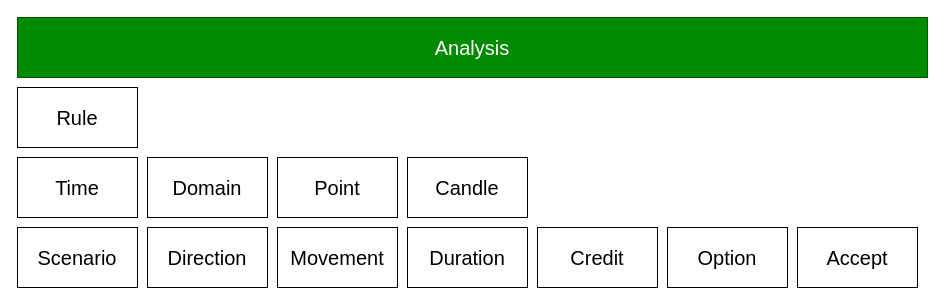
This is page "Analysis" (3 of 5) of design/file.drawio from kashanimorteza/economy_document, a draw.io file, before an edit. Source tidied: cells renumbered, new cells numbered last; positions are measured from the earlier drawing's top-left corner, leaving out a move shared by most shapes. Both pictures are drawn from the tidied source at 100%, with x=0, y=0 at pixel (17, 17).
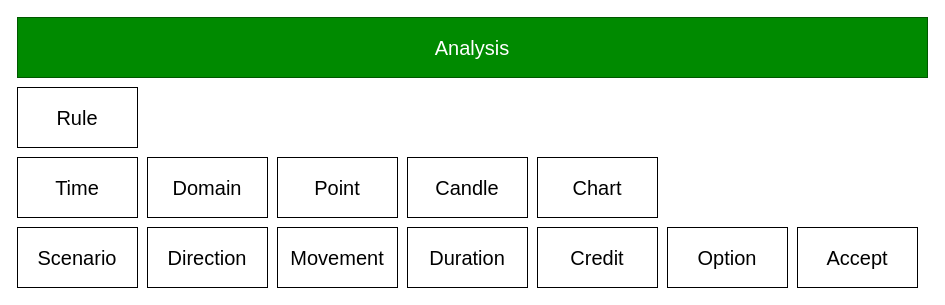
The same page after the edit.

What changed in the source:
```diff
@@
 <mxGraphModel>
   <root>
     <mxCell id="0" />
     <mxCell id="1" parent="0" />
     <mxCell id="2" value="Domain" style="whiteSpace=wrap;html=1;fontSize=20;" parent="1" vertex="1">
       <mxGeometry x="130" y="140" width="120" height="60" as="geometry" />
     </mxCell>
     <mxCell id="3" value="Point" style="whiteSpace=wrap;html=1;fontSize=20;" parent="1" vertex="1">
       <mxGeometry x="260" y="140" width="120" height="60" as="geometry" />
     </mxCell>
     <mxCell id="4" value="Candle" style="whiteSpace=wrap;html=1;fontSize=20;" parent="1" vertex="1">
       <mxGeometry x="390" y="140" width="120" height="60" as="geometry" />
     </mxCell>
     <mxCell id="5" value="Time" style="whiteSpace=wrap;html=1;fontSize=20;" parent="1" vertex="1">
       <mxGeometry y="140" width="120" height="60" as="geometry" />
     </mxCell>
     <mxCell id="6" value="Movement" style="whiteSpace=wrap;html=1;fontSize=20;" parent="1" vertex="1">
       <mxGeometry x="260" y="210" width="120" height="60" as="geometry" />
     </mxCell>
     <mxCell id="7" value="Duration" style="whiteSpace=wrap;html=1;fontSize=20;" parent="1" vertex="1">
       <mxGeometry x="390" y="210" width="120" height="60" as="geometry" />
     </mxCell>
     <mxCell id="8" value="Credit" style="whiteSpace=wrap;html=1;fontSize=20;" parent="1" vertex="1">
       <mxGeometry x="520" y="210" width="120" height="60" as="geometry" />
     </mxCell>
     <mxCell id="9" value="Direction" style="whiteSpace=wrap;html=1;fontSize=20;" parent="1" vertex="1">
       <mxGeometry x="130" y="210" width="120" height="60" as="geometry" />
     </mxCell>
     <mxCell id="10" value="Option" style="whiteSpace=wrap;html=1;fontSize=20;" parent="1" vertex="1">
       <mxGeometry x="650" y="210" width="120" height="60" as="geometry" />
     </mxCell>
     <mxCell id="11" value="Accept" style="whiteSpace=wrap;html=1;fontSize=20;" parent="1" vertex="1">
       <mxGeometry x="780" y="210" width="120" height="60" as="geometry" />
     </mxCell>
     <mxCell id="12" value="Scenario" style="whiteSpace=wrap;html=1;fontSize=20;" parent="1" vertex="1">
       <mxGeometry y="210" width="120" height="60" as="geometry" />
     </mxCell>
     <mxCell id="13" value="Rule" style="whiteSpace=wrap;html=1;fontSize=20;" parent="1" vertex="1">
       <mxGeometry y="70" width="120" height="60" as="geometry" />
     </mxCell>
     <mxCell id="14" value="Analysis" style="whiteSpace=wrap;html=1;fontSize=20;fontColor=#ffffff;fillColor=#008a00;strokeColor=#005700;" parent="1" vertex="1">
       <mxGeometry width="910" height="60" as="geometry" />
     </mxCell>
+    <mxCell id="15" value="Chart" style="whiteSpace=wrap;html=1;fontSize=20;" parent="1" vertex="1">
+      <mxGeometry x="520" y="140" width="120" height="60" as="geometry" />
+    </mxCell>
   </root>
 </mxGraphModel>
```
